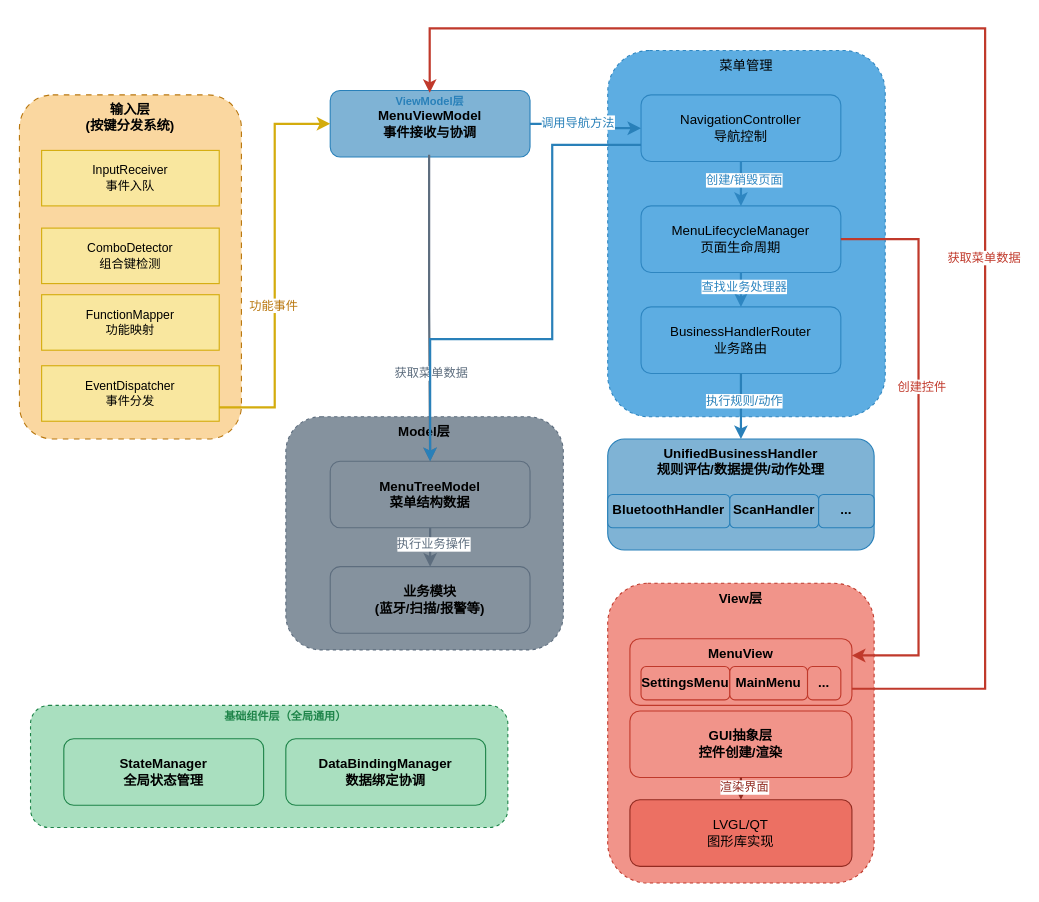
Earlier version of the draw.io diagram page "菜单分层图" (13 of 13) of PDR.drawio (liyunhao2/technology). Source tidied: cells renumbered, new cells numbered last; positions are measured from the earlier drawing's top-left corner, leaving out a move shared by most shapes. Both pictures are drawn from the tidied source at 111%, with x=0, y=0 at pixel (19, 28).
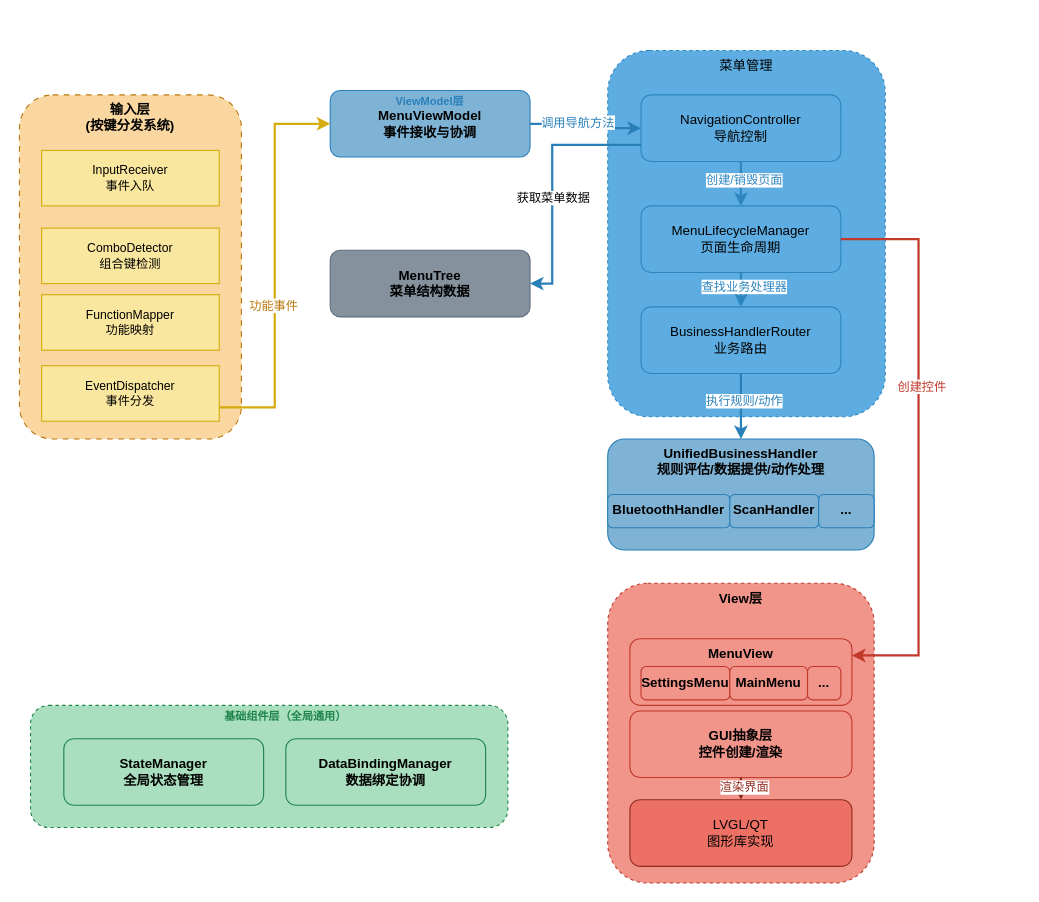
After the change.

The change refers to these unchanged cells:
```xml
<mxCell id="13" value="MenuViewModel&lt;br&gt;事件接收与协调" style="rounded=1;whiteSpace=wrap;html=1;fillColor=#7FB3D5;strokeColor=#2980B9;fontSize=12;fontStyle=1;" parent="1" vertex="1">
  <mxGeometry x="280" y="56" width="180" height="60" as="geometry" />
</mxCell>
<mxCell id="15" value="NavigationController&lt;br&gt;导航控制" style="rounded=1;whiteSpace=wrap;html=1;fillColor=#5DADE2;strokeColor=#2E86C1;fontSize=12;" parent="1" vertex="1">
  <mxGeometry x="560" y="60" width="180" height="60" as="geometry" />
</mxCell>
<mxCell id="42" value="MenuView" style="rounded=1;whiteSpace=wrap;html=1;fillColor=#F1948A;strokeColor=#C0392B;fontSize=12;fontStyle=1;verticalAlign=top;" parent="1" vertex="1">
  <mxGeometry x="550" y="550" width="200" height="60" as="geometry" />
</mxCell>
```

What changed in the source:
```diff
@@
-    <mxCell id="2" value="Model层" style="rounded=1;whiteSpace=wrap;html=1;fillColor=#85929E;strokeColor=#5D6D7E;fontSize=12;fontStyle=1;dashed=1;verticalAlign=top;align=center;" parent="1" vertex="1">
-      <mxGeometry x="240" y="350" width="250" height="210" as="geometry" />
-    </mxCell>
@@
-    <mxCell id="18" value="MenuTreeModel&lt;br&gt;菜单结构数据" style="rounded=1;whiteSpace=wrap;html=1;fillColor=#85929E;strokeColor=#5D6D7E;fontSize=12;fontStyle=1;" parent="1" vertex="1">
-      <mxGeometry x="280" y="390" width="180" height="60" as="geometry" />
+    <mxCell id="18" value="MenuTree&lt;br&gt;菜单结构数据" style="rounded=1;whiteSpace=wrap;html=1;fillColor=#85929E;strokeColor=#5D6D7E;fontSize=12;fontStyle=1;" parent="1" vertex="1">
+      <mxGeometry x="280" y="200" width="180" height="60" as="geometry" />
     </mxCell>
-    <mxCell id="19" value="业务模块&lt;br&gt;(蓝牙/扫描/报警等)" style="rounded=1;whiteSpace=wrap;html=1;fillColor=#85929E;strokeColor=#5D6D7E;fontSize=12;fontStyle=1;" parent="1" vertex="1">
-      <mxGeometry x="280" y="485" width="180" height="60" as="geometry" />
-    </mxCell>
@@
-    <mxCell id="32" style="edgeStyle=orthogonalEdgeStyle;rounded=0;html=1;endArrow=classic;strokeColor=#5D6D7E;strokeWidth=2;exitX=0.495;exitY=0.964;exitDx=0;exitDy=0;exitPerimeter=0;" parent="1" edge="1" source="13" target="18">
-      <mxGeometry relative="1" as="geometry" />
-    </mxCell>
-    <mxCell id="33" value="获取菜单数据" style="edgeLabel;html=1;align=center;verticalAlign=middle;fontSize=11;fontColor=#5D6D7E;" parent="32" vertex="1">
-      <mxGeometry x="-0.2" y="2" relative="1" as="geometry">
-        <mxPoint x="-1" y="86" as="offset" />
-      </mxGeometry>
-    </mxCell>
-    <mxCell id="34" style="edgeStyle=orthogonalEdgeStyle;rounded=0;html=1;exitX=0.5;exitY=1;entryX=0.5;entryY=0;endArrow=classic;strokeColor=#5D6D7E;strokeWidth=2;" parent="1" edge="1" source="18" target="19">
-      <mxGeometry relative="1" as="geometry" />
-    </mxCell>
-    <mxCell id="35" value="执行业务操作" style="edgeLabel;html=1;align=center;verticalAlign=middle;fontSize=11;fontColor=#5D6D7E;" parent="34" vertex="1">
-      <mxGeometry x="-0.2" y="2" relative="1" as="geometry" />
-    </mxCell>
@@
-    <mxCell id="49" style="edgeStyle=orthogonalEdgeStyle;rounded=0;html=1;exitX=1;exitY=0.75;endArrow=classic;strokeColor=#C0392B;strokeWidth=2;exitDx=0;exitDy=0;entryX=0.498;entryY=0.035;entryDx=0;entryDy=0;entryPerimeter=0;" parent="1" edge="1" source="42" target="13">
-      <mxGeometry relative="1" as="geometry">
-        <Array as="points">
-          <mxPoint x="870" y="595" />
-          <mxPoint x="870" />
-          <mxPoint x="370" />
-        </Array>
-      </mxGeometry>
-    </mxCell>
-    <mxCell id="50" value="获取菜单数据" style="edgeLabel;html=1;align=center;verticalAlign=middle;fontSize=11;fontColor=#C0392B;" parent="49" vertex="1">
-      <mxGeometry x="-0.2" y="2" relative="1" as="geometry" />
-    </mxCell>
-    <mxCell id="51" style="edgeStyle=orthogonalEdgeStyle;rounded=0;html=1;exitX=0;exitY=0.75;entryX=0.5;entryY=0;endArrow=classic;strokeColor=#2980B9;strokeWidth=2;exitDx=0;exitDy=0;entryDx=0;entryDy=0;" parent="1" edge="1" source="15" target="18">
+    <mxCell id="51" style="edgeStyle=orthogonalEdgeStyle;rounded=0;html=1;exitX=0;exitY=0.75;entryX=1;entryY=0.5;endArrow=classic;strokeColor=#2980B9;strokeWidth=2;exitDx=0;exitDy=0;entryDx=0;entryDy=0;" parent="1" edge="1" source="15" target="18">
       <mxGeometry relative="1" as="geometry">
         <Array as="points">
           <mxPoint x="480" y="105" />
-          <mxPoint x="480" y="280" />
-          <mxPoint x="370" y="280" />
+          <mxPoint x="480" y="230" />
         </Array>
       </mxGeometry>
     </mxCell>
+    <mxCell id="52" value="获取菜单数据" style="edgeLabel;html=1;align=center;verticalAlign=middle;" parent="51" vertex="1">
+      <mxGeometry x="0.13" relative="1" as="geometry" />
+    </mxCell>
```
